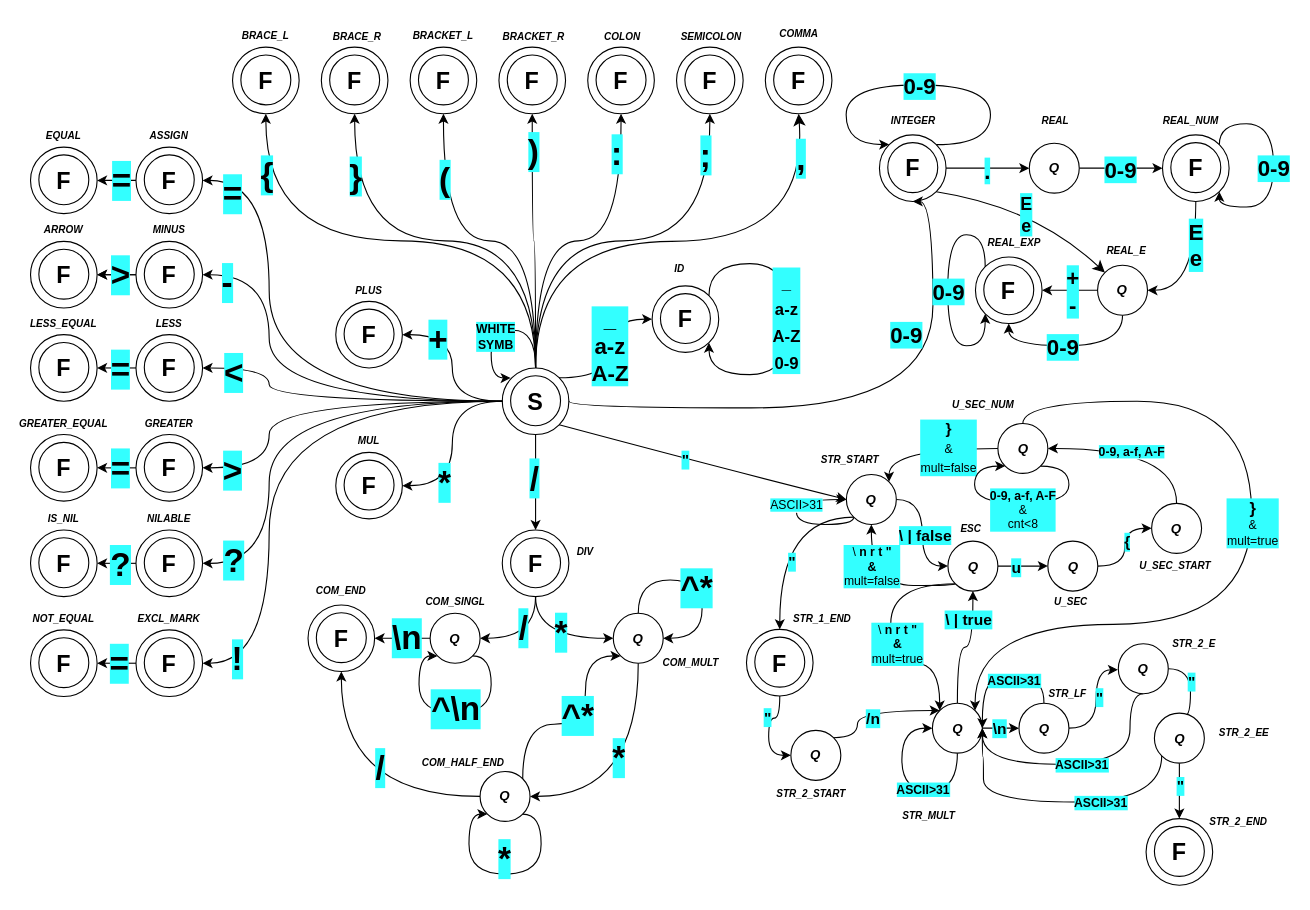
This is lexer.drawio from xshche05/IFJ-2023-project-compiler, a draw.io file, before an edit. Source tidied: cells renumbered, new cells numbered last; positions are measured from the earlier drawing's top-left corner, leaving out a move shared by most shapes. Both pictures are drawn from the tidied source at 111%, with x=0, y=0 at pixel (30, 19).
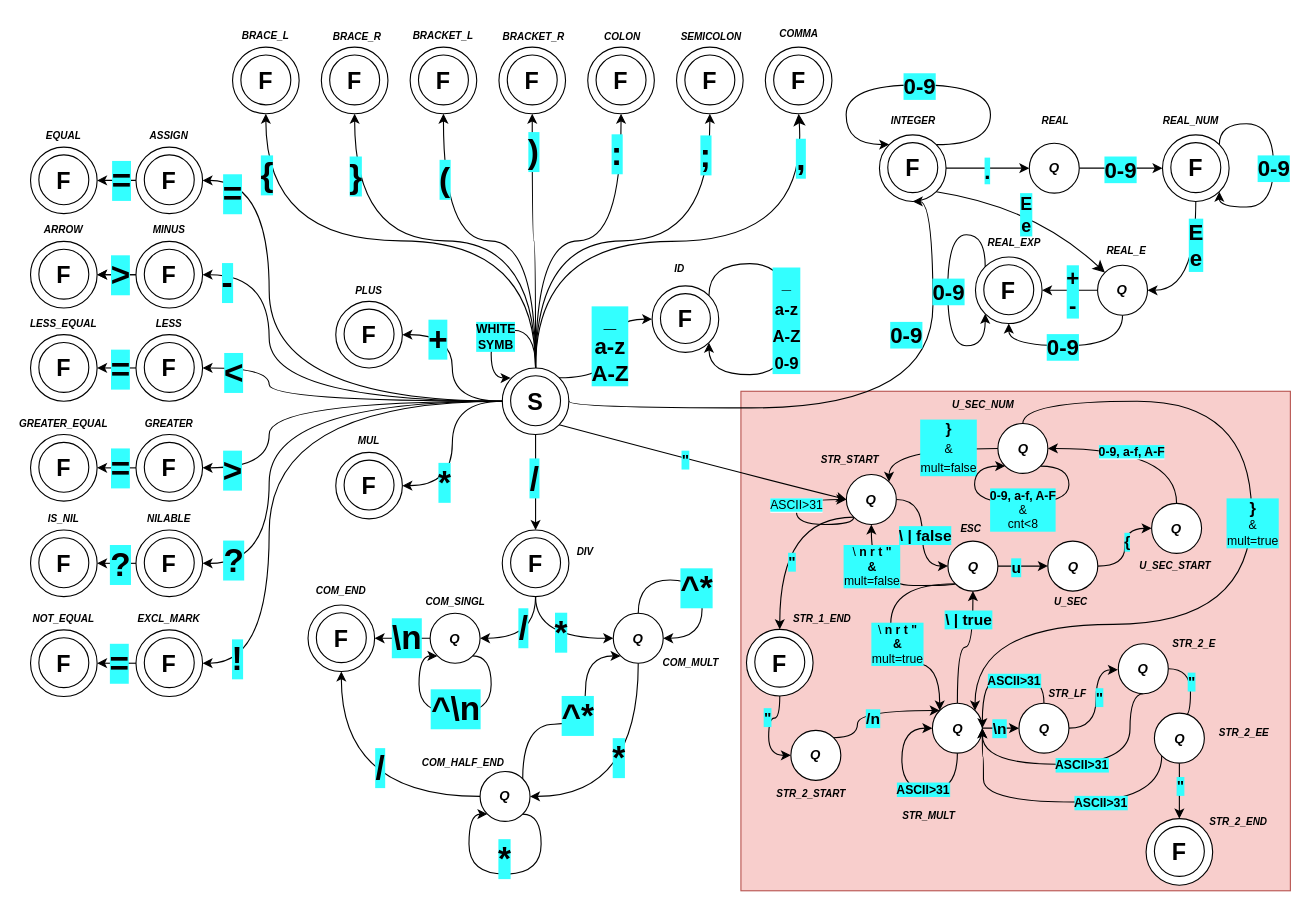
The same page after the edit.

The edit, as a diff of the source:
```diff
@@
+    <mxCell id="316" style="rounded=0;whiteSpace=wrap;html=1;fillColor=#f8cecc;strokeColor=#b85450;" parent="1" vertex="1">
+      <mxGeometry x="640" y="335" width="495" height="450" as="geometry" />
+    </mxCell>
```
